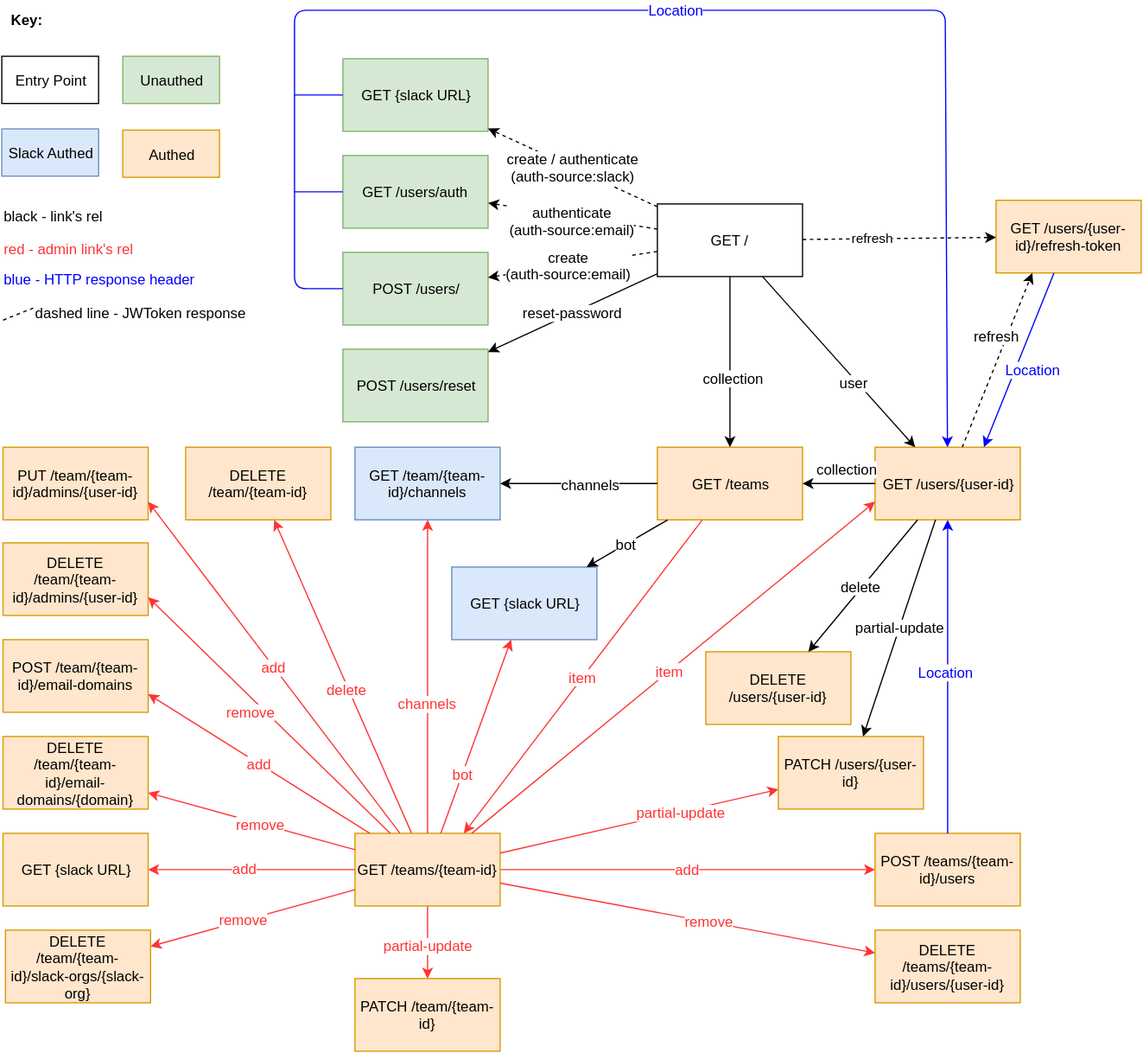
Before: docs/OC-Auth-REST-API.svg, a diagram exported from draw.io (open-company/open-company-auth). Source tidied: cells renumbered, new cells last; positions are measured from the earlier drawing's top-left corner, leaving out a move shared by most shapes.
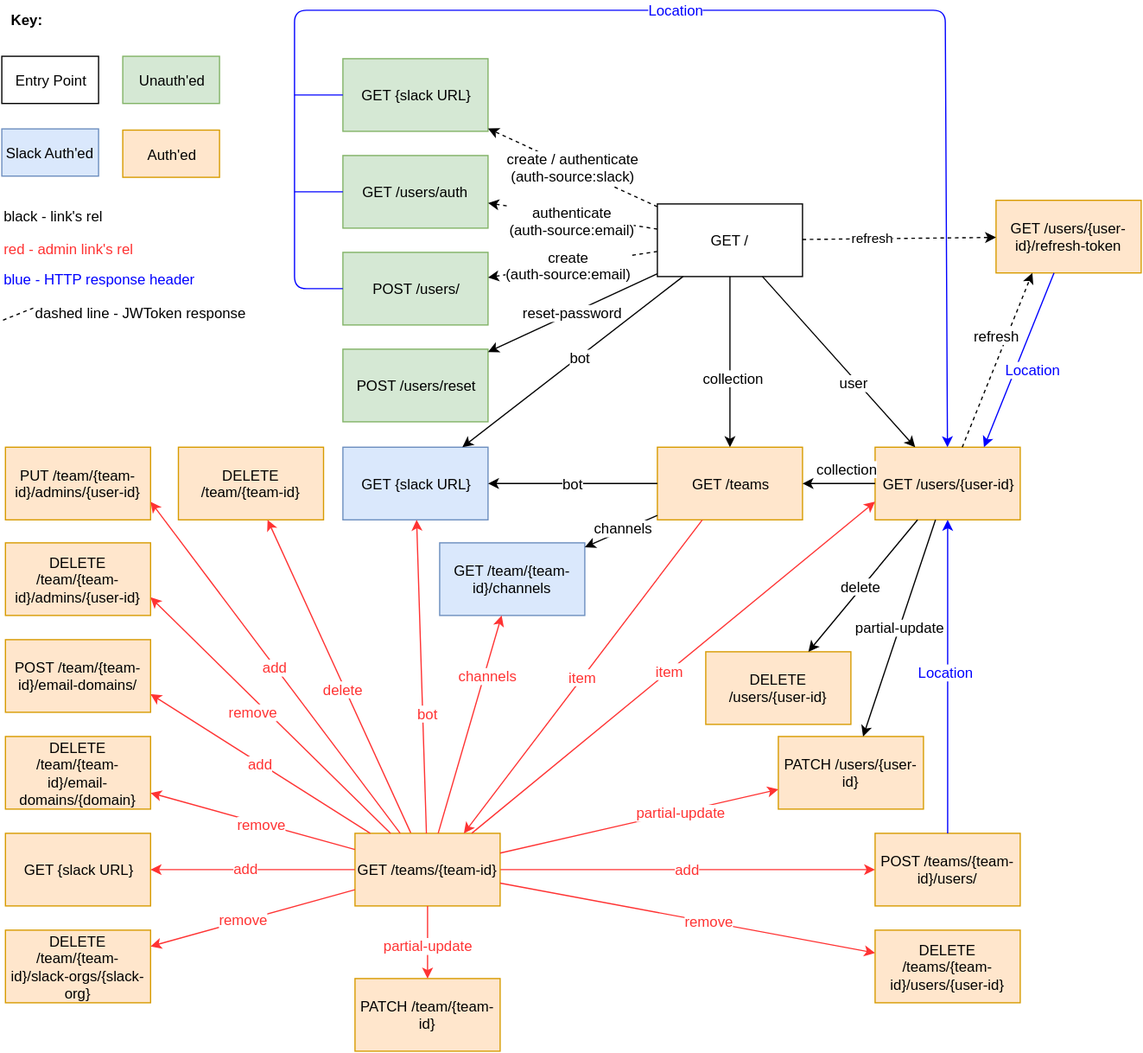
Later version of the same file.

Change to the diagram source:
```diff
@@ -40,16 +40,16 @@
       <mxGeometry x="-0.28" relative="1" as="geometry" />
     </mxCell>
     <mxCell id="13" value="&lt;span&gt;GET {slack URL}&lt;/span&gt;" style="whiteSpace=wrap;html=1;fillColor=#dae8fc;strokeColor=#6c8ebf;" parent="1" vertex="1">
-      <mxGeometry x="372" y="462" width="120" height="60" as="geometry" />
+      <mxGeometry x="282" y="363" width="120" height="60" as="geometry" />
     </mxCell>
     <mxCell id="14" value="PATCH /users/{user-id}" style="whiteSpace=wrap;html=1;fillColor=#ffe6cc;strokeColor=#d79b00;" parent="1" vertex="1">
       <mxGeometry x="642" y="602" width="120" height="60" as="geometry" />
     </mxCell>
-    <mxCell id="15" value="&lt;span&gt;POST /teams/{team-id}/users&lt;/span&gt;" style="whiteSpace=wrap;html=1;fillColor=#ffe6cc;strokeColor=#d79b00;" parent="1" vertex="1">
+    <mxCell id="15" value="&lt;span&gt;POST /teams/{team-id}/users/&lt;/span&gt;" style="whiteSpace=wrap;html=1;fillColor=#ffe6cc;strokeColor=#d79b00;" parent="1" vertex="1">
       <mxGeometry x="722" y="682" width="120" height="60" as="geometry" />
     </mxCell>
     <mxCell id="16" value="GET /team/{team-id}/channels" style="whiteSpace=wrap;html=1;fillColor=#dae8fc;strokeColor=#6c8ebf;" parent="1" vertex="1">
-      <mxGeometry x="292" y="363" width="120" height="60" as="geometry" />
+      <mxGeometry x="362" y="442" width="120" height="60" as="geometry" />
     </mxCell>
     <mxCell id="17" value="GET /teams" style="whiteSpace=wrap;html=1;fillColor=#ffe6cc;strokeColor=#d79b00;" parent="1" vertex="1">
       <mxGeometry x="542" y="363" width="120" height="60" as="geometry" />
@@ -70,7 +70,7 @@
       <mxGeometry x="0.22" y="-2" relative="1" as="geometry" />
     </mxCell>
     <mxCell id="23" value="DELETE /team/{team-id}" style="whiteSpace=wrap;html=1;fillColor=#ffe6cc;strokeColor=#d79b00;" parent="1" vertex="1">
-      <mxGeometry x="152" y="363" width="120" height="60" as="geometry" />
+      <mxGeometry x="146" y="363" width="120" height="60" as="geometry" />
     </mxCell>
     <mxCell id="24" style="endArrow=classic;html=1;strokeColor=#FF3333;" parent="1" edge="1" source="40" target="23">
       <mxGeometry relative="1" as="geometry" />
@@ -92,13 +92,13 @@
     <mxCell id="29" value="Entry Point" style="whiteSpace=wrap;html=1;" parent="1" vertex="1">
       <mxGeometry y="40" width="80" height="39" as="geometry" />
     </mxCell>
-    <mxCell id="30" value="Unauthed" style="whiteSpace=wrap;html=1;fillColor=#d5e8d4;strokeColor=#82b366;" parent="1" vertex="1">
+    <mxCell id="30" value="Unauth'ed" style="whiteSpace=wrap;html=1;fillColor=#d5e8d4;strokeColor=#82b366;" parent="1" vertex="1">
       <mxGeometry x="100" y="40" width="80" height="39" as="geometry" />
     </mxCell>
-    <mxCell id="31" value="Authed" style="whiteSpace=wrap;html=1;fillColor=#ffe6cc;strokeColor=#d79b00;" parent="1" vertex="1">
+    <mxCell id="31" value="Auth'ed" style="whiteSpace=wrap;html=1;fillColor=#ffe6cc;strokeColor=#d79b00;" parent="1" vertex="1">
       <mxGeometry x="100" y="101" width="80" height="39" as="geometry" />
     </mxCell>
-    <mxCell id="32" value="Slack Authed" style="whiteSpace=wrap;html=1;fillColor=#dae8fc;strokeColor=#6c8ebf;" parent="1" vertex="1">
+    <mxCell id="32" value="Slack Auth'ed" style="whiteSpace=wrap;html=1;fillColor=#dae8fc;strokeColor=#6c8ebf;" parent="1" vertex="1">
       <mxGeometry y="100" width="80" height="39" as="geometry" />
     </mxCell>
     <mxCell id="33" value="&lt;b&gt;Key:&lt;/b&gt;" style="text;html=1;strokeColor=none;fillColor=none;align=center;verticalAlign=middle;whiteSpace=wrap;" parent="1" vertex="1">
@@ -150,16 +150,16 @@
       <mxGeometry y="189" width="110" height="20" as="geometry" />
     </mxCell>
     <mxCell id="48" value="PUT /team/{team-id}/admins/{user-id}" style="whiteSpace=wrap;html=1;fillColor=#ffe6cc;strokeColor=#d79b00;" parent="1" vertex="1">
-      <mxGeometry x="1" y="363" width="120" height="60" as="geometry" />
+      <mxGeometry x="3" y="363" width="120" height="60" as="geometry" />
     </mxCell>
     <mxCell id="49" value="DELETE /team/{team-id}/admins/{user-id}" style="whiteSpace=wrap;html=1;fillColor=#ffe6cc;strokeColor=#d79b00;" parent="1" vertex="1">
-      <mxGeometry x="1" y="442" width="120" height="60" as="geometry" />
+      <mxGeometry x="3" y="442" width="120" height="60" as="geometry" />
     </mxCell>
-    <mxCell id="50" value="POST /team/{team-id}/email-domains" style="whiteSpace=wrap;html=1;fillColor=#ffe6cc;strokeColor=#d79b00;" parent="1" vertex="1">
-      <mxGeometry x="1" y="522" width="120" height="60" as="geometry" />
+    <mxCell id="50" value="POST /team/{team-id}/email-domains/" style="whiteSpace=wrap;html=1;fillColor=#ffe6cc;strokeColor=#d79b00;" parent="1" vertex="1">
+      <mxGeometry x="3" y="522" width="120" height="60" as="geometry" />
     </mxCell>
     <mxCell id="51" value="DELETE /team/{team-id}/email-domains/{domain}" style="whiteSpace=wrap;html=1;fillColor=#ffe6cc;strokeColor=#d79b00;" parent="1" vertex="1">
-      <mxGeometry x="1" y="602" width="120" height="60" as="geometry" />
+      <mxGeometry x="3" y="602" width="120" height="60" as="geometry" />
     </mxCell>
     <mxCell id="52" value="DELETE /team/{team-id}/slack-orgs/{slack-org}" style="whiteSpace=wrap;html=1;fillColor=#ffe6cc;strokeColor=#d79b00;" parent="1" vertex="1">
       <mxGeometry x="3" y="762" width="120" height="60" as="geometry" />
@@ -244,7 +244,9 @@
       <mxGeometry relative="1" as="geometry" />
     </mxCell>
     <mxCell id="74" value="channels" style="text;html=1;align=center;verticalAlign=middle;labelBackgroundColor=#ffffff;fontSize=12;fontColor=#FF3333;" parent="73" vertex="1">
-      <mxGeometry x="-0.16" y="1" relative="1" as="geometry" />
+      <mxGeometry x="-0.16" y="1" relative="1" as="geometry">
+        <mxPoint x="20" y="-55" as="offset" />
+      </mxGeometry>
     </mxCell>
     <mxCell id="75" style="endArrow=classic;html=1;strokeColor=#000000;fontSize=12;fontColor=#FF3333;" parent="1" edge="1" source="17" target="16">
       <mxGeometry relative="1" as="geometry" />
@@ -262,7 +264,7 @@
     </mxCell>
     <mxCell id="79" value="bot" style="text;html=1;align=center;verticalAlign=middle;labelBackgroundColor=#ffffff;fontSize=12;fontColor=#FF3333;" parent="78" vertex="1">
       <mxGeometry x="-0.36" relative="1" as="geometry">
-        <mxPoint y="1" as="offset" />
+        <mxPoint x="4" y="-18" as="offset" />
       </mxGeometry>
     </mxCell>
     <mxCell id="80" style="endArrow=classic;html=1;strokeColor=#FF3333;fontSize=12;fontColor=#FF3333;" parent="1" edge="1" source="40" target="14">
@@ -281,7 +283,7 @@
       <mxGeometry x="0.05" relative="1" as="geometry" />
     </mxCell>
     <mxCell id="85" value="GET {slack URL}" style="whiteSpace=wrap;html=1;fillColor=#ffe6cc;strokeColor=#d79b00;" parent="1" vertex="1">
-      <mxGeometry x="1" y="682" width="120" height="60" as="geometry" />
+      <mxGeometry x="3" y="682" width="120" height="60" as="geometry" />
     </mxCell>
     <mxCell id="86" style="endArrow=classic;html=1;strokeColor=#FF3333;fontSize=12;fontColor=#FF3333;" parent="1" edge="1" source="40" target="85">
       <mxGeometry x="11" y="736.6" as="geometry" />
@@ -292,5 +294,11 @@
     <mxCell id="88" value="DELETE /teams/{team-id}/users/{user-id}" style="whiteSpace=wrap;html=1;fillColor=#ffe6cc;strokeColor=#d79b00;" parent="1" vertex="1">
       <mxGeometry x="722" y="762" width="120" height="60" as="geometry" />
     </mxCell>
+    <mxCell id="89" style="endArrow=classic;html=1;strokeColor=#000000;fontSize=12;fontColor=#FF3333;" parent="1" edge="1" source="2" target="13">
+      <mxGeometry relative="1" as="geometry" />
+    </mxCell>
+    <mxCell id="90" value="&lt;font color=&quot;#000000&quot;&gt;bot&lt;/font&gt;" style="text;html=1;align=center;verticalAlign=middle;labelBackgroundColor=#ffffff;fontSize=12;fontColor=#FF3333;" parent="89" vertex="1">
+      <mxGeometry x="-0.06" y="1" relative="1" as="geometry" />
+    </mxCell>
   </root>
 </mxGraphModel>
```
